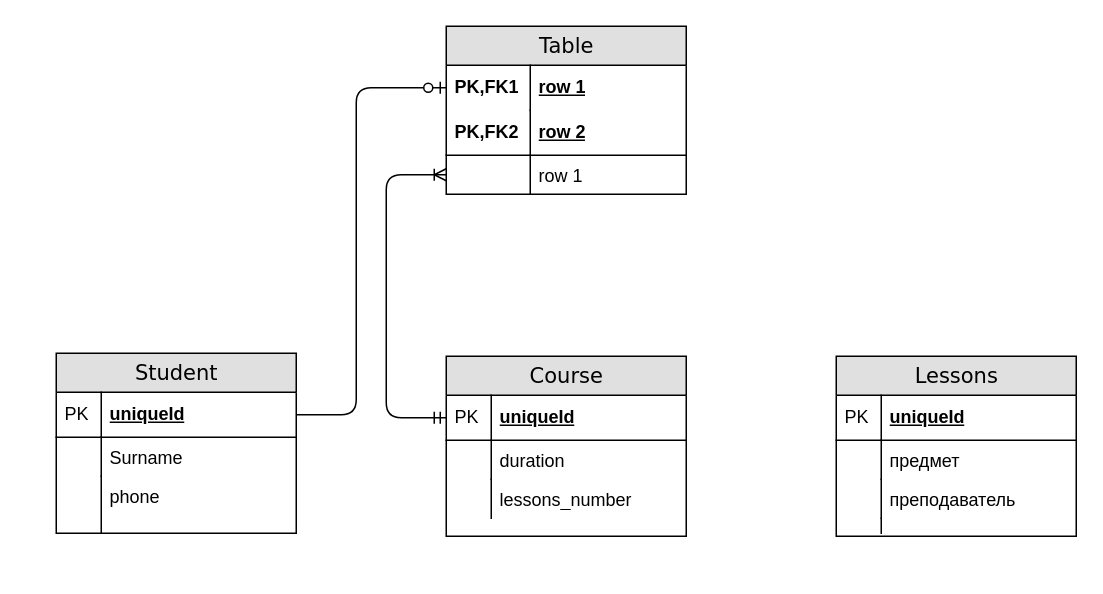
Above: Диаграмма без названия.drawio in NonnaZ/html-css (draw.io), before the change. Source tidied: cells renumbered, new cells numbered last; positions are measured from the earlier drawing's top-left corner, leaving out a move shared by most shapes. Both pictures are drawn from the tidied source at 150%, with x=0, y=0 at pixel (56, 26).
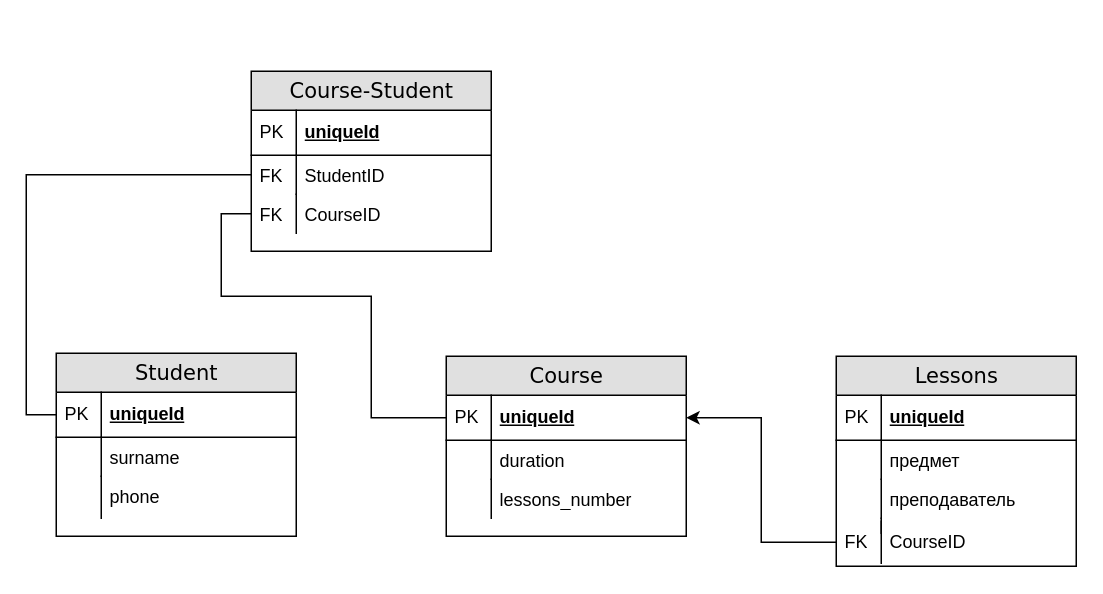
Above is the later version.

The change refers to these unchanged cells:
```xml
<mxCell id="10" value="uniqueId" style="shape=partialRectangle;top=0;left=0;right=0;bottom=1;html=1;align=left;verticalAlign=middle;fillColor=none;spacingLeft=34;spacingRight=4;whiteSpace=wrap;overflow=hidden;points=[[0,0.5],[1,0.5]];portConstraint=eastwest;fontStyle=5;" parent="9" vertex="1">
  <mxGeometry y="26" width="160" height="30" as="geometry" />
</mxCell>
<mxCell id="27" value="uniqueId" style="shape=partialRectangle;top=0;left=0;right=0;bottom=1;html=1;align=left;verticalAlign=middle;fillColor=none;spacingLeft=34;spacingRight=4;whiteSpace=wrap;overflow=hidden;points=[[0,0.5],[1,0.5]];portConstraint=eastwest;fontStyle=5;" parent="26" vertex="1">
  <mxGeometry y="26" width="160" height="30" as="geometry" />
</mxCell>
```

Diff of the diagram source:
```diff
@@
-    <mxCell id="2" value="Table" style="swimlane;html=1;fontStyle=0;horizontal=1;startSize=26;fillColor=#e0e0e0;swimlaneFillColor=#ffffff;align=center;rounded=0;shadow=0;comic=0;labelBackgroundColor=none;strokeWidth=1;fontFamily=Verdana;fontSize=14;" parent="1" vertex="1">
-      <mxGeometry x="260" width="160" height="112" as="geometry" />
-    </mxCell>
-    <mxCell id="3" value="row 1" style="shape=partialRectangle;top=0;left=0;right=0;bottom=0;html=1;align=left;verticalAlign=middle;fillColor=none;spacingLeft=60;spacingRight=4;whiteSpace=wrap;overflow=hidden;points=[[0,0.5],[1,0.5]];portConstraint=eastwest;fontStyle=5;" parent="2" vertex="1">
-      <mxGeometry y="26" width="160" height="30" as="geometry" />
-    </mxCell>
-    <mxCell id="4" value="PK,FK1" style="shape=partialRectangle;fontStyle=1;top=0;left=0;bottom=0;html=1;fillColor=none;align=left;verticalAlign=middle;spacingLeft=4;spacingRight=4;whiteSpace=wrap;overflow=hidden;" parent="3" vertex="1">
-      <mxGeometry width="56" height="30" as="geometry" />
-    </mxCell>
-    <mxCell id="5" value="row 2" style="shape=partialRectangle;top=0;left=0;right=0;bottom=1;html=1;align=left;verticalAlign=middle;fillColor=none;spacingLeft=60;spacingRight=4;whiteSpace=wrap;overflow=hidden;fontStyle=5;" parent="2" vertex="1">
-      <mxGeometry y="56" width="160" height="30" as="geometry" />
-    </mxCell>
-    <mxCell id="6" value="PK,FK2" style="shape=partialRectangle;fontStyle=1;top=0;left=0;bottom=0;html=1;fillColor=none;align=left;verticalAlign=middle;spacingLeft=4;spacingRight=4;whiteSpace=wrap;overflow=hidden;" parent="5" vertex="1">
-      <mxGeometry width="56" height="30" as="geometry" />
-    </mxCell>
-    <mxCell id="7" value="row 1" style="shape=partialRectangle;top=0;left=0;right=0;bottom=0;html=1;align=left;verticalAlign=top;fillColor=none;spacingLeft=60;spacingRight=4;whiteSpace=wrap;overflow=hidden;points=[[0,0.5],[1,0.5]];portConstraint=eastwest;" parent="2" vertex="1">
-      <mxGeometry y="86" width="160" height="26" as="geometry" />
-    </mxCell>
-    <mxCell id="8" style="shape=partialRectangle;top=0;left=0;bottom=0;html=1;fillColor=none;align=left;verticalAlign=top;spacingLeft=4;spacingRight=4;whiteSpace=wrap;overflow=hidden;" parent="7" vertex="1">
-      <mxGeometry width="56" height="26" as="geometry" />
-    </mxCell>
@@
     <mxCell id="16" value="Lessons" style="swimlane;html=1;fontStyle=0;horizontal=1;startSize=26;fillColor=#e0e0e0;swimlaneFillColor=#ffffff;align=center;rounded=0;shadow=0;comic=0;labelBackgroundColor=none;strokeWidth=1;fontFamily=Verdana;fontSize=14;" parent="1" vertex="1">
-      <mxGeometry x="520" y="220" width="160" height="120" as="geometry" />
+      <mxGeometry x="520" y="220" width="160" height="140" as="geometry" />
     </mxCell>
@@
-    <mxCell id="25" style="edgeStyle=orthogonalEdgeStyle;html=1;endArrow=ERoneToMany;startArrow=ERmandOne;labelBackgroundColor=none;fontFamily=Verdana;fontSize=14;entryX=0;entryY=0.5;exitX=0;exitY=0.5;" parent="1" edge="1" source="10" target="7">
-      <mxGeometry relative="1" as="geometry">
-        <Array as="points">
-          <mxPoint x="220" y="261" />
-          <mxPoint x="220" y="99" />
-        </Array>
-      </mxGeometry>
-    </mxCell>
     <mxCell id="26" value="Student" style="swimlane;html=1;fontStyle=0;horizontal=1;startSize=26;fillColor=#e0e0e0;swimlaneFillColor=#ffffff;align=center;rounded=0;shadow=0;comic=0;labelBackgroundColor=none;strokeWidth=1;fontFamily=Verdana;fontSize=14;" parent="1" vertex="1">
-      <mxGeometry y="218" width="160" height="120" as="geometry" />
+      <mxGeometry y="218" width="160" height="122" as="geometry" />
     </mxCell>
@@
-    <mxCell id="29" value="Surname" style="shape=partialRectangle;top=0;left=0;right=0;bottom=0;html=1;align=left;verticalAlign=top;fillColor=none;spacingLeft=34;spacingRight=4;whiteSpace=wrap;overflow=hidden;" parent="26" vertex="1">
+    <mxCell id="29" value="surname" style="shape=partialRectangle;top=0;left=0;right=0;bottom=0;html=1;align=left;verticalAlign=top;fillColor=none;spacingLeft=34;spacingRight=4;whiteSpace=wrap;overflow=hidden;" parent="26" vertex="1">
       <mxGeometry y="56" width="160" height="26" as="geometry" />
     </mxCell>
@@
     <mxCell id="31" value="phone" style="shape=partialRectangle;top=0;left=0;right=0;bottom=0;html=1;align=left;verticalAlign=top;fillColor=none;spacingLeft=34;spacingRight=4;whiteSpace=wrap;overflow=hidden;" parent="26" vertex="1">
-      <mxGeometry y="82" width="160" height="38" as="geometry" />
+      <mxGeometry y="82" width="160" height="28" as="geometry" />
     </mxCell>
     <mxCell id="32" style="shape=partialRectangle;top=0;left=0;bottom=0;html=1;fillColor=none;align=left;verticalAlign=top;spacingLeft=4;spacingRight=4;whiteSpace=wrap;overflow=hidden;" parent="31" vertex="1">
-      <mxGeometry width="30" height="38" as="geometry" />
+      <mxGeometry width="30" height="28" as="geometry" />
     </mxCell>
-    <mxCell id="33" style="edgeStyle=orthogonalEdgeStyle;html=1;endArrow=ERzeroToOne;endFill=1;labelBackgroundColor=none;fontFamily=Verdana;fontSize=14;entryX=0;entryY=0.5;exitX=1;exitY=0.5;" parent="1" edge="1" source="27" target="3">
-      <mxGeometry relative="1" as="geometry">
-        <Array as="points">
-          <mxPoint x="200" y="259" />
-          <mxPoint x="200" y="41" />
-        </Array>
-      </mxGeometry>
-    </mxCell>
+    <mxCell id="34" style="edgeStyle=orthogonalEdgeStyle;rounded=0;jettySize=auto;html=1;entryX=0;entryY=0.5;entryDx=0;entryDy=0;exitX=0;exitY=0.5;exitDx=0;exitDy=0;endArrow=none;endFill=0;" parent="1" edge="1" source="40" target="10">
+      <mxGeometry relative="1" as="geometry">
+        <Array as="points">
+          <mxPoint x="110" y="125" />
+          <mxPoint x="110" y="180" />
+          <mxPoint x="210" y="180" />
+          <mxPoint x="210" y="261" />
+        </Array>
+      </mxGeometry>
+    </mxCell>
+    <mxCell id="35" value="Course-Student" style="swimlane;html=1;fontStyle=0;horizontal=1;startSize=26;fillColor=#e0e0e0;swimlaneFillColor=#ffffff;align=center;rounded=0;shadow=0;comic=0;labelBackgroundColor=none;strokeWidth=1;fontFamily=Verdana;fontSize=14;" parent="1" vertex="1">
+      <mxGeometry x="130" y="30" width="160" height="120" as="geometry" />
+    </mxCell>
+    <mxCell id="36" value="uniqueId" style="shape=partialRectangle;top=0;left=0;right=0;bottom=1;html=1;align=left;verticalAlign=middle;fillColor=none;spacingLeft=34;spacingRight=4;whiteSpace=wrap;overflow=hidden;fontStyle=5;" parent="35" vertex="1">
+      <mxGeometry y="26" width="160" height="30" as="geometry" />
+    </mxCell>
+    <mxCell id="37" value="PK" style="shape=partialRectangle;top=0;left=0;bottom=0;html=1;fillColor=none;align=left;verticalAlign=middle;spacingLeft=4;spacingRight=4;whiteSpace=wrap;overflow=hidden;" parent="36" vertex="1">
+      <mxGeometry width="30" height="30" as="geometry" />
+    </mxCell>
+    <mxCell id="38" value="StudentID" style="shape=partialRectangle;top=0;left=0;right=0;bottom=0;html=1;align=left;verticalAlign=top;fillColor=none;spacingLeft=34;spacingRight=4;whiteSpace=wrap;overflow=hidden;points=[[0,0.5],[1,0.5]];portConstraint=eastwest;" parent="35" vertex="1">
+      <mxGeometry y="56" width="160" height="26" as="geometry" />
+    </mxCell>
+    <mxCell id="39" value="FK" style="shape=partialRectangle;top=0;left=0;bottom=0;html=1;fillColor=none;align=left;verticalAlign=top;spacingLeft=4;spacingRight=4;whiteSpace=wrap;overflow=hidden;" parent="38" vertex="1">
+      <mxGeometry width="30" height="26" as="geometry" />
+    </mxCell>
+    <mxCell id="40" value="CourseID" style="shape=partialRectangle;top=0;left=0;right=0;bottom=0;html=1;align=left;verticalAlign=top;fillColor=none;spacingLeft=34;spacingRight=4;whiteSpace=wrap;overflow=hidden;points=[[0,0.5],[1,0.5]];portConstraint=eastwest;" parent="35" vertex="1">
+      <mxGeometry y="82" width="160" height="26" as="geometry" />
+    </mxCell>
+    <mxCell id="41" value="FK" style="shape=partialRectangle;top=0;left=0;bottom=0;html=1;fillColor=none;align=left;verticalAlign=top;spacingLeft=4;spacingRight=4;whiteSpace=wrap;overflow=hidden;" parent="40" vertex="1">
+      <mxGeometry width="30" height="26" as="geometry" />
+    </mxCell>
+    <mxCell id="42" style="jettySize=auto;html=1;rounded=0;exitX=0;exitY=0.5;exitDx=0;exitDy=0;entryX=0;entryY=0.5;entryDx=0;entryDy=0;edgeStyle=orthogonalEdgeStyle;endArrow=none;endFill=0;" parent="1" edge="1" source="38" target="27">
+      <mxGeometry relative="1" as="geometry" />
+    </mxCell>
+    <mxCell id="43" style="edgeStyle=orthogonalEdgeStyle;rounded=0;jettySize=auto;html=1;exitX=0;exitY=0.5;exitDx=0;exitDy=0;entryX=1;entryY=0.5;entryDx=0;entryDy=0;" parent="1" edge="1" source="44" target="10">
+      <mxGeometry relative="1" as="geometry" />
+    </mxCell>
+    <mxCell id="44" value="CourseID" style="shape=partialRectangle;top=0;left=0;right=0;bottom=0;html=1;align=left;verticalAlign=top;fillColor=none;spacingLeft=34;spacingRight=4;whiteSpace=wrap;overflow=hidden;points=[[0,0.5],[1,0.5]];portConstraint=eastwest;" parent="1" vertex="1">
+      <mxGeometry x="520" y="330" width="160" height="28" as="geometry" />
+    </mxCell>
+    <mxCell id="45" value="FK" style="shape=partialRectangle;top=0;left=0;bottom=0;html=1;fillColor=none;align=left;verticalAlign=top;spacingLeft=4;spacingRight=4;whiteSpace=wrap;overflow=hidden;" parent="44" vertex="1">
+      <mxGeometry width="30" height="28" as="geometry" />
+    </mxCell>
```
